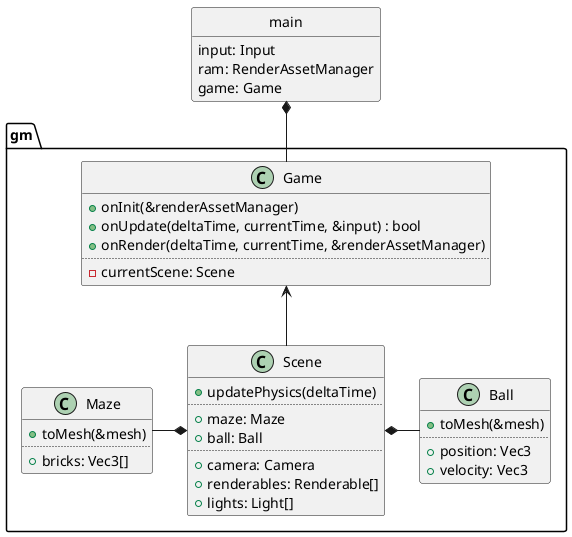
Above: design/game.png in ba6er/marblemaze (PlantUML), before the change.
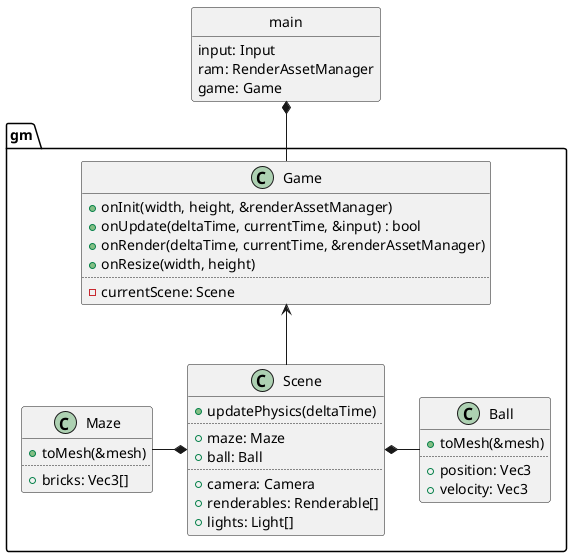
After the commit.

What changed in the source:
```diff
@@ -2,9 +2,10 @@
 set separator ::
 
 class gm::Game {
-	+onInit(&renderAssetManager)
+	+onInit(width, height, &renderAssetManager)
 	+onUpdate(deltaTime, currentTime, &input) : bool
 	+onRender(deltaTime, currentTime, &renderAssetManager)
+	+onResize(width, height)
 	..
 	-currentScene: Scene
 }
```
